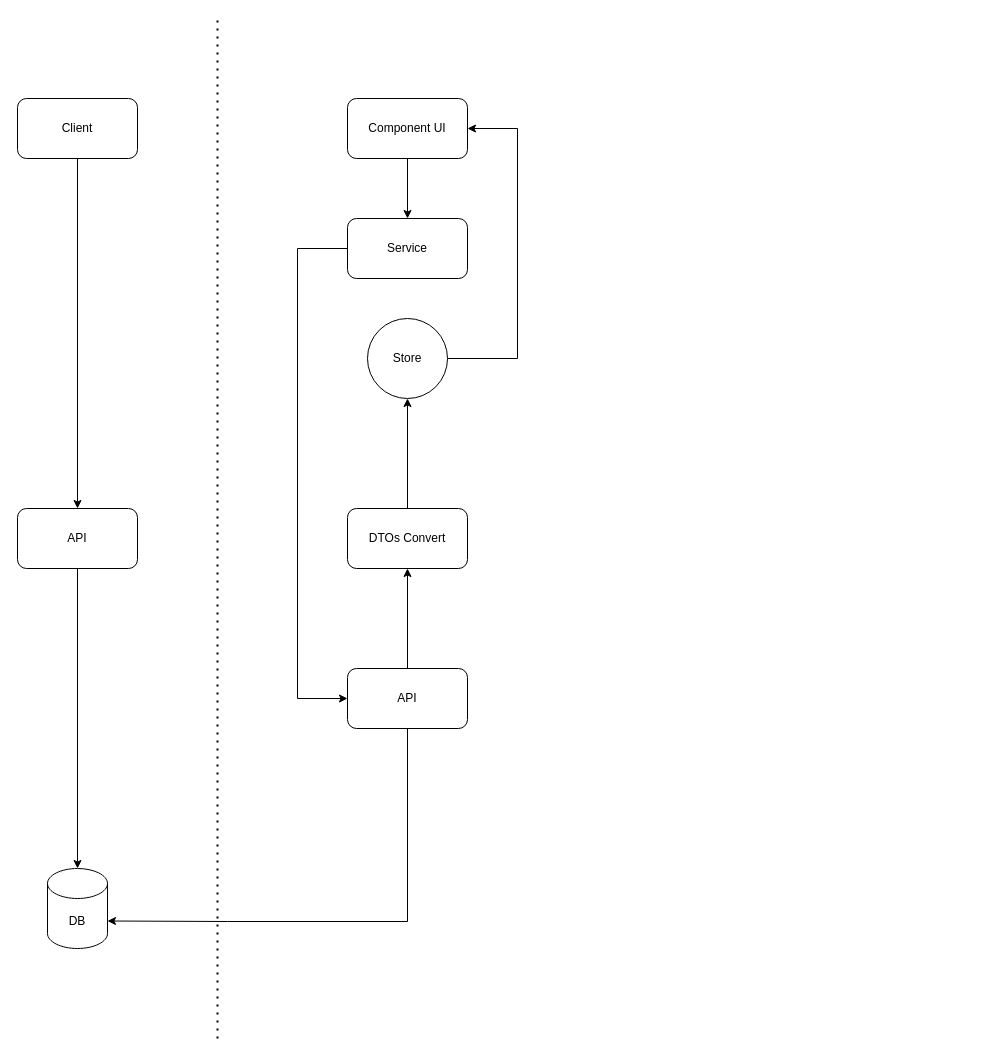
Above: assets/架构.drawio in GitHubJiKe/drawio-assets (draw.io), before the change. Source tidied: cells renumbered, new cells numbered last; positions are measured from the earlier drawing's top-left corner, leaving out a move shared by most shapes. Both pictures are drawn from the tidied source at 100%, with x=0, y=0 at pixel (17, 18).
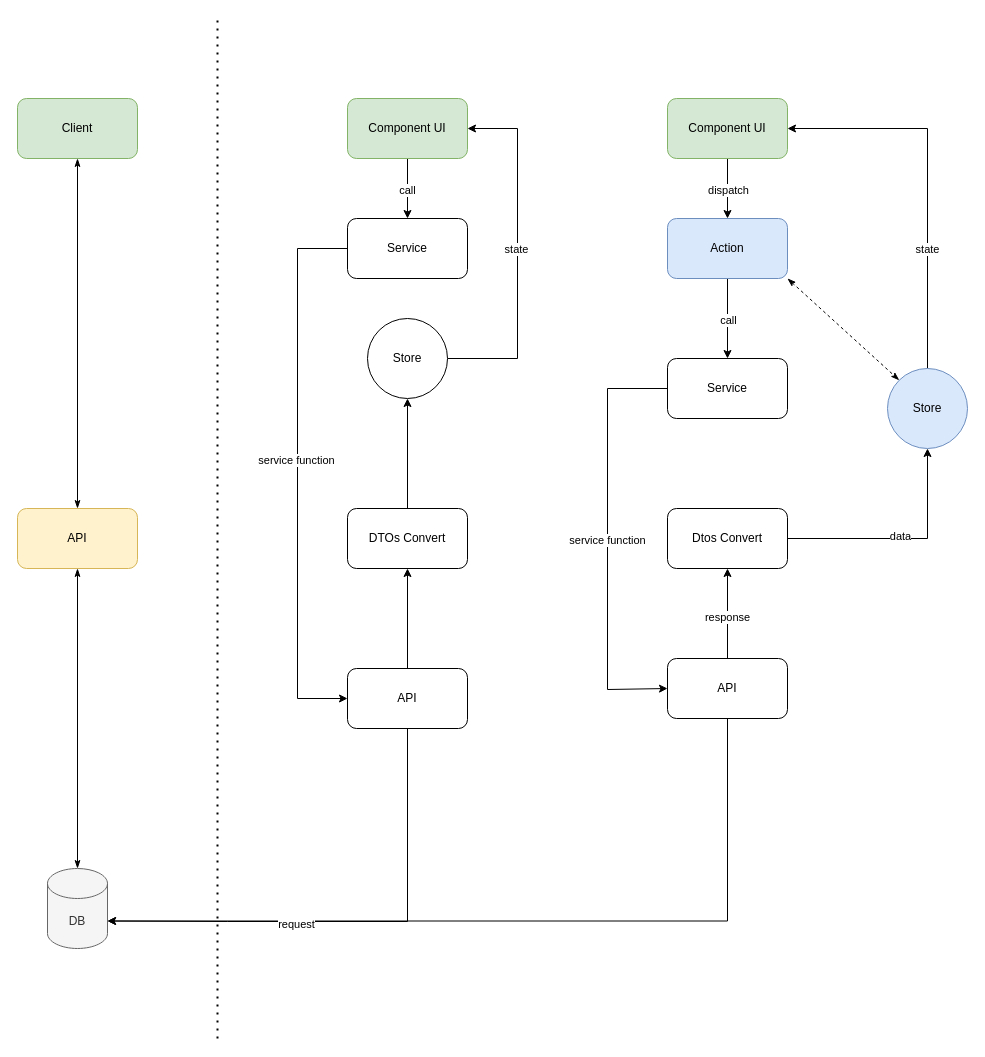
Above is the later version.

The change refers to these unchanged cells:
```xml
<mxCell id="7" style="edgeStyle=orthogonalEdgeStyle;rounded=0;jettySize=auto;html=1;entryX=0.5;entryY=0;entryDx=0;entryDy=0;" parent="1" edge="1" source="8" target="16">
  <mxGeometry relative="1" as="geometry" />
</mxCell>
<mxCell id="9" style="edgeStyle=orthogonalEdgeStyle;rounded=0;jettySize=auto;html=1;entryX=1;entryY=0.5;entryDx=0;entryDy=0;" parent="1" edge="1" source="10" target="8">
  <mxGeometry relative="1" as="geometry">
    <Array as="points">
      <mxPoint x="500" y="340" />
      <mxPoint x="500" y="110" />
    </Array>
  </mxGeometry>
</mxCell>
<mxCell id="15" style="edgeStyle=orthogonalEdgeStyle;rounded=0;jettySize=auto;html=1;entryX=0;entryY=0.5;entryDx=0;entryDy=0;" parent="1" edge="1" source="16" target="12">
  <mxGeometry relative="1" as="geometry">
    <Array as="points">
      <mxPoint x="280" y="230" />
      <mxPoint x="280" y="680" />
    </Array>
  </mxGeometry>
</mxCell>
```

Change to the diagram source:
```diff
@@
-    <mxCell id="2" style="edgeStyle=orthogonalEdgeStyle;rounded=0;jettySize=auto;html=1;entryX=0.5;entryY=0;entryDx=0;entryDy=0;" parent="1" edge="1" source="3" target="5">
+    <mxCell id="2" style="edgeStyle=orthogonalEdgeStyle;rounded=0;jettySize=auto;html=1;entryX=0.5;entryY=0;entryDx=0;entryDy=0;startArrow=classicThin;startFill=1;endArrow=classicThin;endFill=1;" parent="1" edge="1" source="3" target="5">
       <mxGeometry relative="1" as="geometry" />
     </mxCell>
-    <mxCell id="3" value="Client" style="rounded=1;whiteSpace=wrap;html=1;" parent="1" vertex="1">
+    <mxCell id="3" value="Client" style="rounded=1;whiteSpace=wrap;html=1;fillColor=#d5e8d4;strokeColor=#82b366;" parent="1" vertex="1">
       <mxGeometry y="80" width="120" height="60" as="geometry" />
     </mxCell>
-    <mxCell id="4" style="edgeStyle=orthogonalEdgeStyle;rounded=0;jettySize=auto;html=1;" parent="1" edge="1" source="5" target="6">
+    <mxCell id="4" style="edgeStyle=orthogonalEdgeStyle;rounded=0;jettySize=auto;html=1;endArrow=classicThin;endFill=1;startArrow=classicThin;startFill=1;" parent="1" edge="1" source="5" target="6">
       <mxGeometry relative="1" as="geometry" />
     </mxCell>
-    <mxCell id="5" value="API" style="rounded=1;whiteSpace=wrap;html=1;" parent="1" vertex="1">
+    <mxCell id="5" value="API" style="rounded=1;whiteSpace=wrap;html=1;fillColor=#fff2cc;strokeColor=#d6b656;" parent="1" vertex="1">
       <mxGeometry y="490" width="120" height="60" as="geometry" />
     </mxCell>
-    <mxCell id="6" value="DB" style="shape=cylinder3;whiteSpace=wrap;html=1;boundedLbl=1;backgroundOutline=1;size=15;" parent="1" vertex="1">
+    <mxCell id="6" value="DB" style="shape=cylinder3;whiteSpace=wrap;html=1;boundedLbl=1;backgroundOutline=1;size=15;fillColor=#f5f5f5;fontColor=#333333;strokeColor=#666666;" parent="1" vertex="1">
       <mxGeometry x="30" y="850" width="60" height="80" as="geometry" />
     </mxCell>
@@
+    <mxCell id="19" value="call" style="edgeLabel;html=1;align=center;verticalAlign=middle;" parent="7" vertex="1">
+      <mxGeometry x="-0.01" y="-1" relative="1" as="geometry">
+        <mxPoint y="1" as="offset" />
+      </mxGeometry>
+    </mxCell>
-    <mxCell id="8" value="Component UI" style="rounded=1;whiteSpace=wrap;html=1;" parent="1" vertex="1">
+    <mxCell id="8" value="Component UI" style="rounded=1;whiteSpace=wrap;html=1;fillColor=#d5e8d4;strokeColor=#82b366;" parent="1" vertex="1">
       <mxGeometry x="330" y="80" width="120" height="60" as="geometry" />
     </mxCell>
@@
+    <mxCell id="20" value="state" style="edgeLabel;html=1;align=center;verticalAlign=middle;" parent="9" vertex="1">
+      <mxGeometry x="0.03" y="2" relative="1" as="geometry" />
+    </mxCell>
@@
+    <mxCell id="21" value="service function" style="edgeLabel;html=1;align=center;verticalAlign=middle;" parent="15" vertex="1">
+      <mxGeometry x="-0.05" y="-2" relative="1" as="geometry" />
+    </mxCell>
@@
+    <mxCell id="22" style="edgeStyle=orthogonalEdgeStyle;rounded=0;jettySize=auto;html=1;entryX=0.5;entryY=0;entryDx=0;entryDy=0;" parent="1" edge="1" source="24" target="28">
+      <mxGeometry relative="1" as="geometry" />
+    </mxCell>
+    <mxCell id="23" value="dispatch" style="edgeLabel;html=1;align=center;verticalAlign=middle;" parent="22" vertex="1">
+      <mxGeometry x="-0.01" relative="1" as="geometry">
+        <mxPoint y="1" as="offset" />
+      </mxGeometry>
+    </mxCell>
+    <mxCell id="24" value="Component UI" style="rounded=1;whiteSpace=wrap;html=1;fillColor=#d5e8d4;strokeColor=#82b366;" parent="1" vertex="1">
+      <mxGeometry x="650" y="80" width="120" height="60" as="geometry" />
+    </mxCell>
+    <mxCell id="25" style="edgeStyle=orthogonalEdgeStyle;rounded=0;jettySize=auto;html=1;entryX=0.5;entryY=0;entryDx=0;entryDy=0;" parent="1" edge="1" source="28" target="31">
+      <mxGeometry relative="1" as="geometry" />
+    </mxCell>
+    <mxCell id="26" value="call" style="edgeLabel;html=1;align=center;verticalAlign=middle;" parent="25" vertex="1">
+      <mxGeometry x="0.01" relative="1" as="geometry">
+        <mxPoint y="1" as="offset" />
+      </mxGeometry>
+    </mxCell>
+    <mxCell id="27" style="rounded=0;jettySize=auto;html=1;exitX=1;exitY=1;exitDx=0;exitDy=0;entryX=0;entryY=0;entryDx=0;entryDy=0;dashed=1;startArrow=classicThin;startFill=1;endArrow=classicThin;endFill=1;" parent="1" edge="1" source="28" target="42">
+      <mxGeometry relative="1" as="geometry" />
+    </mxCell>
+    <mxCell id="28" value="Action" style="rounded=1;whiteSpace=wrap;html=1;fillColor=#dae8fc;strokeColor=#6c8ebf;" parent="1" vertex="1">
+      <mxGeometry x="650" y="200" width="120" height="60" as="geometry" />
+    </mxCell>
+    <mxCell id="29" style="edgeStyle=orthogonalEdgeStyle;rounded=0;jettySize=auto;html=1;entryX=0;entryY=0.5;entryDx=0;entryDy=0;" parent="1" edge="1" source="31" target="37">
+      <mxGeometry relative="1" as="geometry">
+        <Array as="points">
+          <mxPoint x="590" y="370" />
+          <mxPoint x="590" y="671" />
+        </Array>
+      </mxGeometry>
+    </mxCell>
+    <mxCell id="30" value="service function" style="edgeLabel;html=1;align=center;verticalAlign=middle;" parent="29" vertex="1">
+      <mxGeometry y="-1" relative="1" as="geometry" />
+    </mxCell>
+    <mxCell id="31" value="Service" style="rounded=1;whiteSpace=wrap;html=1;" parent="1" vertex="1">
+      <mxGeometry x="650" y="340" width="120" height="60" as="geometry" />
+    </mxCell>
+    <mxCell id="32" style="edgeStyle=orthogonalEdgeStyle;rounded=0;jettySize=auto;html=1;entryX=0.5;entryY=1;entryDx=0;entryDy=0;" parent="1" edge="1" source="34" target="42">
+      <mxGeometry relative="1" as="geometry" />
+    </mxCell>
+    <mxCell id="33" value="data" style="edgeLabel;html=1;align=center;verticalAlign=middle;" parent="32" vertex="1">
+      <mxGeometry x="-0.03" y="3" relative="1" as="geometry" />
+    </mxCell>
+    <mxCell id="34" value="Dtos Convert" style="rounded=1;whiteSpace=wrap;html=1;" parent="1" vertex="1">
+      <mxGeometry x="650" y="490" width="120" height="60" as="geometry" />
+    </mxCell>
+    <mxCell id="35" style="edgeStyle=orthogonalEdgeStyle;rounded=0;jettySize=auto;html=1;entryX=0.5;entryY=1;entryDx=0;entryDy=0;" parent="1" edge="1" source="37" target="34">
+      <mxGeometry relative="1" as="geometry" />
+    </mxCell>
+    <mxCell id="36" value="response" style="edgeLabel;html=1;align=center;verticalAlign=middle;" parent="35" vertex="1">
+      <mxGeometry x="-0.05" y="1" relative="1" as="geometry">
+        <mxPoint y="1" as="offset" />
+      </mxGeometry>
+    </mxCell>
+    <mxCell id="37" value="API" style="rounded=1;whiteSpace=wrap;html=1;" parent="1" vertex="1">
+      <mxGeometry x="650" y="640" width="120" height="60" as="geometry" />
+    </mxCell>
+    <mxCell id="38" style="edgeStyle=orthogonalEdgeStyle;rounded=0;jettySize=auto;html=1;entryX=1;entryY=0;entryDx=0;entryDy=52.5;entryPerimeter=0;" parent="1" edge="1" source="37" target="6">
+      <mxGeometry relative="1" as="geometry">
+        <Array as="points">
+          <mxPoint x="710" y="903" />
+        </Array>
+      </mxGeometry>
+    </mxCell>
+    <mxCell id="39" value="request" style="edgeLabel;html=1;align=center;verticalAlign=middle;" parent="38" vertex="1">
+      <mxGeometry x="0.54" y="3" relative="1" as="geometry">
+        <mxPoint x="-1" as="offset" />
+      </mxGeometry>
+    </mxCell>
+    <mxCell id="40" style="edgeStyle=orthogonalEdgeStyle;rounded=0;jettySize=auto;html=1;entryX=1;entryY=0.5;entryDx=0;entryDy=0;" parent="1" edge="1" source="42" target="24">
+      <mxGeometry relative="1" as="geometry">
+        <Array as="points">
+          <mxPoint x="910" y="110" />
+        </Array>
+      </mxGeometry>
+    </mxCell>
+    <mxCell id="41" value="state" style="edgeLabel;html=1;align=center;verticalAlign=middle;" parent="40" vertex="1">
+      <mxGeometry x="-0.37" y="1" relative="1" as="geometry" />
+    </mxCell>
+    <mxCell id="42" value="Store" style="ellipse;whiteSpace=wrap;html=1;fillColor=#dae8fc;strokeColor=#6c8ebf;" parent="1" vertex="1">
+      <mxGeometry x="870" y="350" width="80" height="80" as="geometry" />
+    </mxCell>
```
